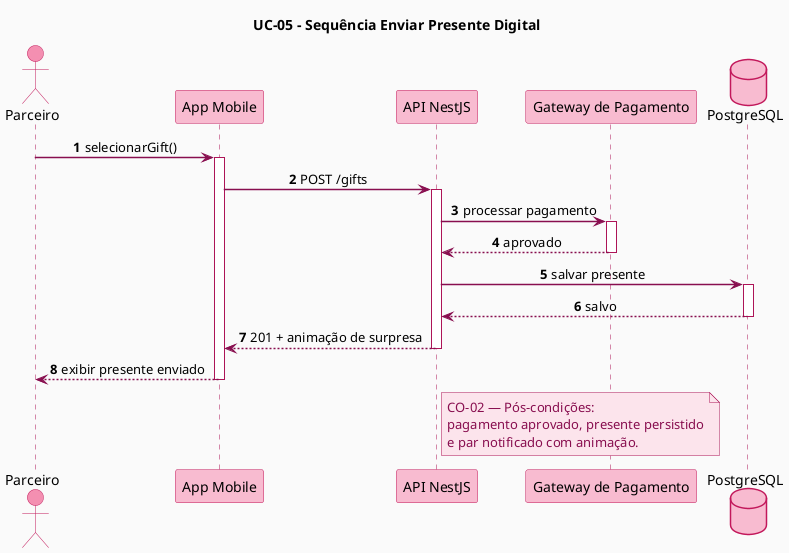
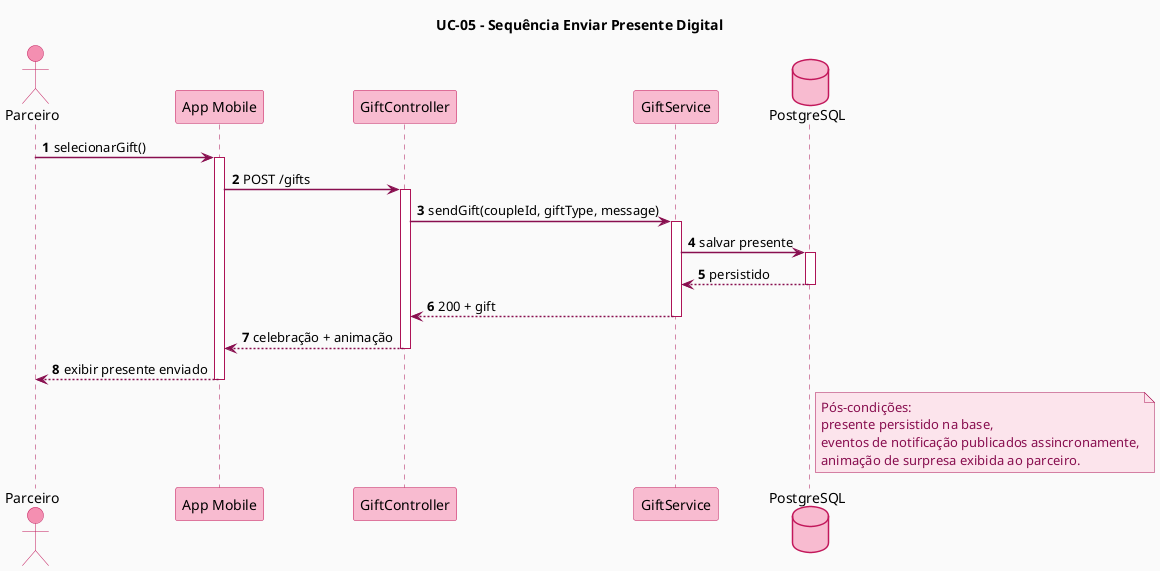
@startuml
+ title UC-05 - Sequência Enviar Presente Digital
+ 
skinparam backgroundColor #FAFAFA
skinparam shadowing false
skinparam sequenceArrowThickness 1.5
skinparam sequenceParticipantBorderColor #C2185B
skinparam sequenceParticipantBackgroundColor #F8BBD0
skinparam sequenceActorBorderColor #C2185B
skinparam sequenceActorBackgroundColor #F48FB1
skinparam sequenceLifeLineBorderColor #AD1457
skinparam sequenceArrowColor #880E4F
skinparam ArrowColor #880E4F
- skinparam sequenceMessageAlign center
skinparam noteBorderColor #AD1457
skinparam noteBackgroundColor #FCE4EC
skinparam noteFontColor #880E4F
skinparam sequenceMessageFontColor #880E4F
skinparam databaseBorderColor #C2185B
skinparam databaseBackgroundColor #F8BBD0

autonumber
- title UC-05 - Sequência Enviar Presente Digital

actor Parceiro
participant "App Mobile" as Mobile
- participant "API NestJS" as API
- participant "Gateway de Pagamento" as Payment
+ participant "GiftController" as Controller
+ participant "GiftService" as GiftService
database "PostgreSQL" as DB

Parceiro -> Mobile : selecionarGift()
activate Mobile

- Mobile -> API : POST /gifts
- activate API
+ Mobile -> Controller : POST /gifts
+ activate Controller

- API -> Payment : processar pagamento
- activate Payment
- Payment --> API : aprovado
- deactivate Payment
+ Controller -> GiftService : sendGift(coupleId, giftType, message)
+ activate GiftService

- API -> DB : salvar presente
+ GiftService -> DB : salvar presente
activate DB
- DB --> API : salvo
+ DB --> GiftService : persistido
deactivate DB

- API --> Mobile : 201 + animação de surpresa
- deactivate API
+ GiftService --> Controller : 200 + gift
+ deactivate GiftService
+ 
+ Controller --> Mobile : celebração + animação
+ deactivate Controller

Mobile --> Parceiro : exibir presente enviado
deactivate Mobile

- note right of API
-   CO-02 — Pós-condições:
-   pagamento aprovado, presente persistido
-   e par notificado com animação.
+ note right of DB
+   Pós-condições:
+   presente persistido na base,
+   eventos de notificação publicados assincronamente,
+   animação de surpresa exibida ao parceiro.
end note

@enduml